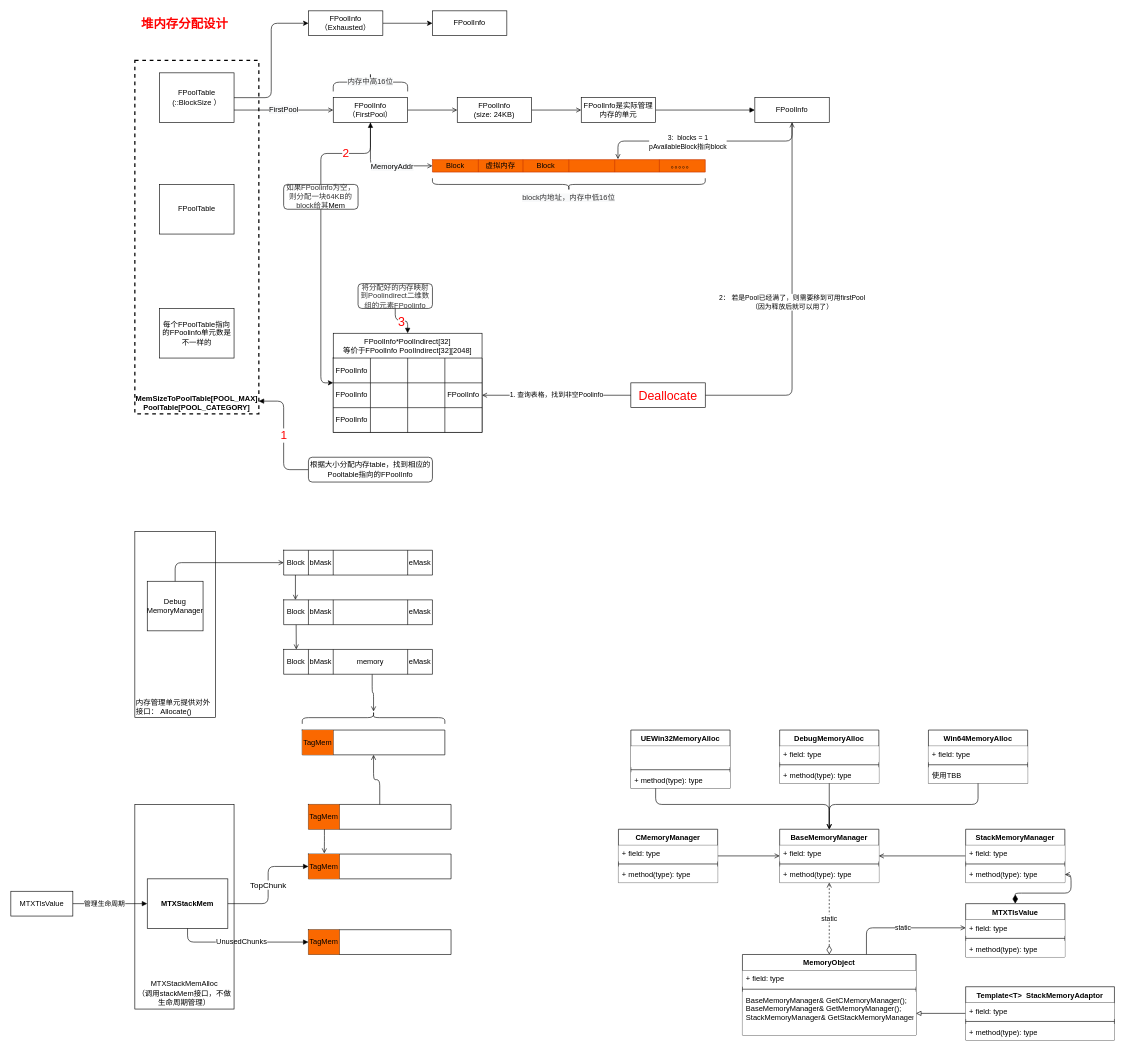
This is Doc/ArchitecturalDesign/MatrixEngine内存管理分析图.drawio from Matrix-Ke/MatrixEngine, a draw.io file, before an edit. Source tidied: cells renumbered, new cells numbered last; positions are measured from the earlier drawing's top-left corner, leaving out a move shared by most shapes. Both pictures are drawn from the tidied source at 62%, with x=0, y=0 at pixel (11, 11).
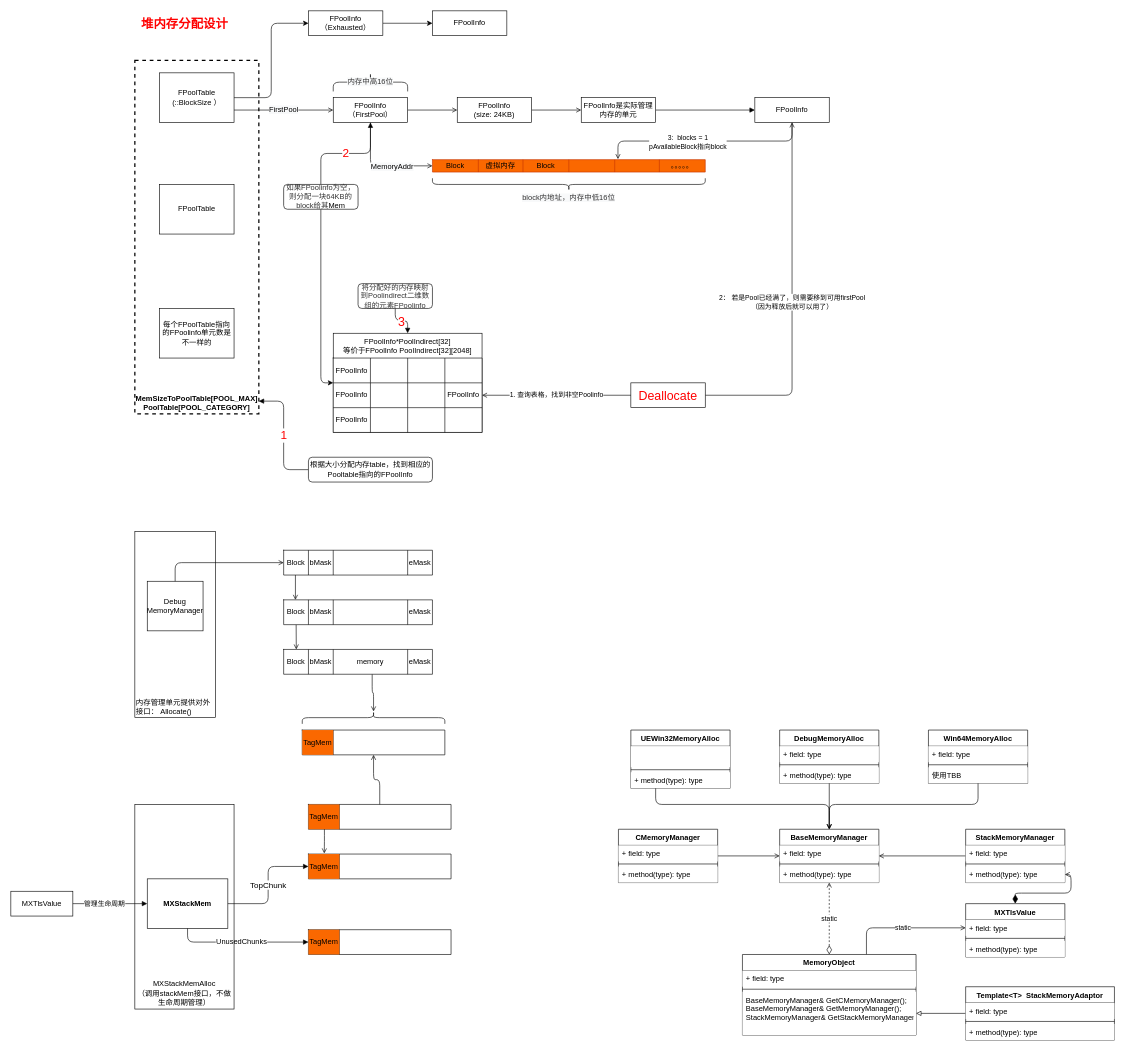
The same page after the edit.

What changed in the source:
```diff
@@
-    <mxCell id="65" value="&lt;span style=&quot;font-size: 12px&quot;&gt;MTXStackMemAlloc&lt;br&gt;（调用stackMem接口，不做生命周期管理）&lt;br&gt;&lt;/span&gt;" style="rounded=0;whiteSpace=wrap;html=1;fontSize=13;fontColor=default;fillColor=none;fontStyle=0;verticalAlign=bottom;" parent="1" vertex="1">
+    <mxCell id="65" value="&lt;span style=&quot;font-size: 12px&quot;&gt;MXStackMemAlloc&lt;br&gt;（调用stackMem接口，不做生命周期管理）&lt;br&gt;&lt;/span&gt;" style="rounded=0;whiteSpace=wrap;html=1;fontSize=13;fontColor=default;fillColor=none;fontStyle=0;verticalAlign=bottom;" parent="1" vertex="1">
       <mxGeometry x="200" y="1280" width="160" height="330" as="geometry" />
     </mxCell>
-    <mxCell id="66" value="MTXStackMem" style="rounded=0;whiteSpace=wrap;html=1;fontSize=12;fontColor=default;fillColor=none;fontStyle=1;" parent="1" vertex="1">
+    <mxCell id="66" value="MXStackMem" style="rounded=0;whiteSpace=wrap;html=1;fontSize=12;fontColor=default;fillColor=none;fontStyle=1;" parent="1" vertex="1">
       <mxGeometry x="220" y="1400" width="130" height="80" as="geometry" />
     </mxCell>
@@
-    <mxCell id="69" value="MTXTlsValue" style="rounded=0;whiteSpace=wrap;html=1;fontSize=12;fontColor=default;fillColor=none;fontStyle=0;" parent="1" vertex="1">
+    <mxCell id="69" value="MXTlsValue" style="rounded=0;whiteSpace=wrap;html=1;fontSize=12;fontColor=default;fillColor=none;fontStyle=0;" parent="1" vertex="1">
       <mxGeometry y="1420" width="100" height="40" as="geometry" />
     </mxCell>
@@
-    <mxCell id="111" value="MTXTlsValue" style="swimlane;fontStyle=1;align=center;verticalAlign=top;horizontal=1;startSize=26;" parent="1" vertex="1">
+    <mxCell id="111" value="MXTlsValue" style="swimlane;fontStyle=1;align=center;verticalAlign=top;horizontal=1;startSize=26;" parent="1" vertex="1">
       <mxGeometry x="1540" y="1440" width="160" height="86" as="geometry" />
     </mxCell>
```
